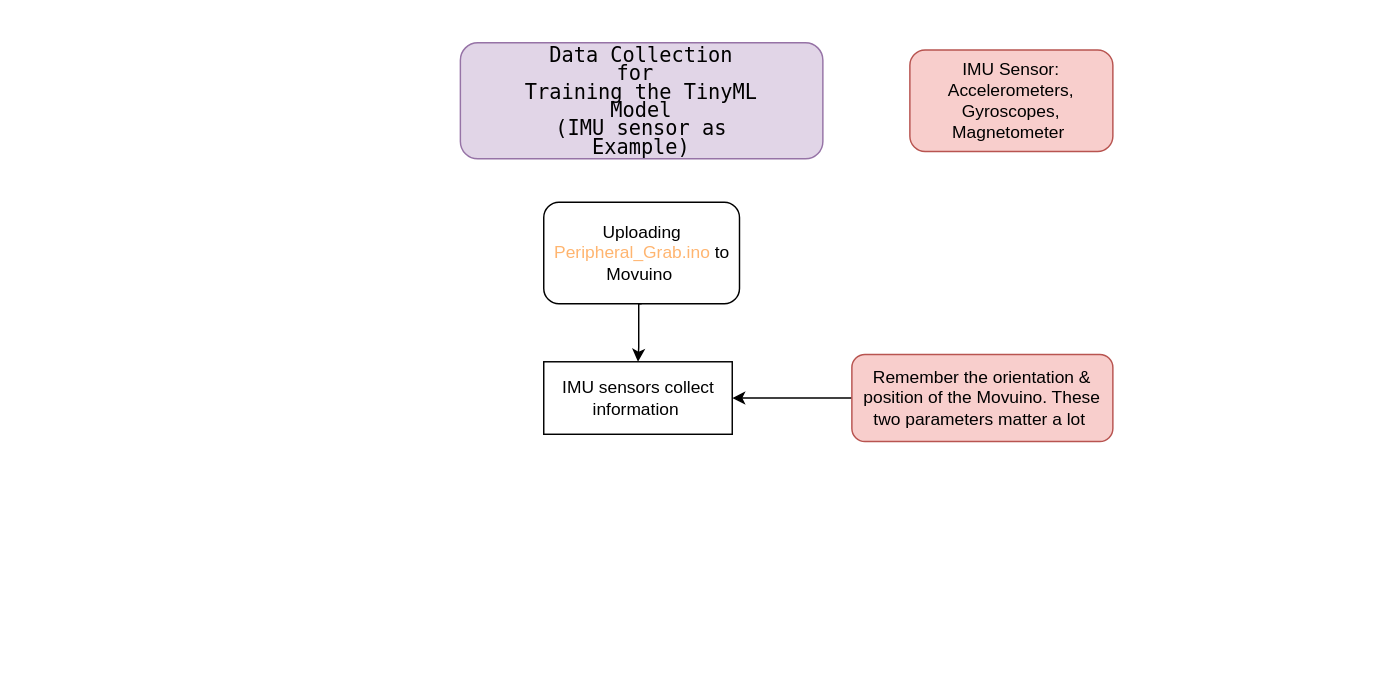
Before: flowcharts_raw/gesture_recognition_movuino.drawio in soledadli/IoT_gesture_recognition, a draw.io diagram. Source tidied: cells renumbered, new cells numbered last; positions are measured from the earlier drawing's top-left corner, leaving out a move shared by most shapes. Both pictures are drawn from the tidied source at 145%, with x=0, y=0 at pixel (460, 42).
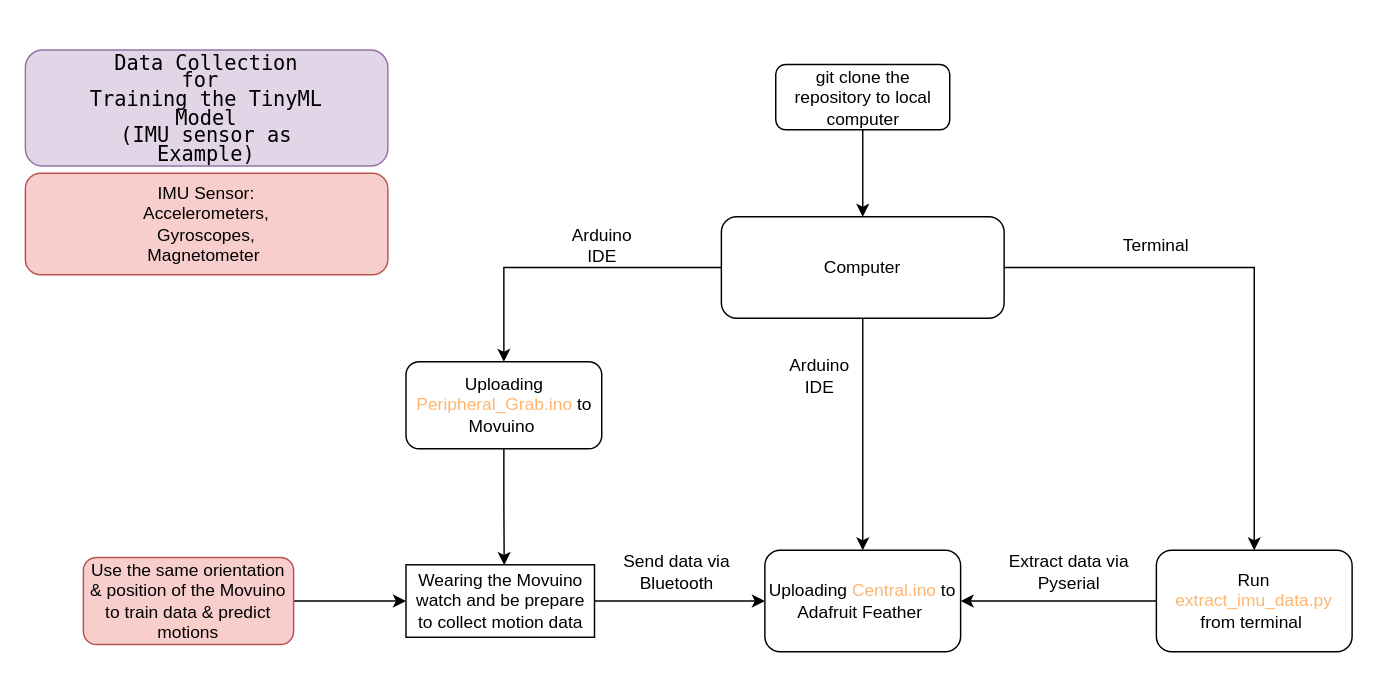
Above is the later version.

The edit, as a diff of the source:
```diff
@@
-    <mxCell id="2" style="edgeStyle=orthogonalEdgeStyle;rounded=0;jettySize=auto;html=1;exitX=0.5;exitY=1;exitDx=0;exitDy=0;entryX=0.5;entryY=0;entryDx=0;entryDy=0;" parent="1" edge="1" source="3" target="5">
-      <mxGeometry relative="1" as="geometry">
-        <Array as="points">
-          <mxPoint x="123" y="180" />
-          <mxPoint x="123" y="210" />
-        </Array>
-      </mxGeometry>
+    <mxCell id="2" style="edgeStyle=orthogonalEdgeStyle;rounded=0;jettySize=auto;html=1;entryX=0.521;entryY=0.005;entryDx=0;entryDy=0;entryPerimeter=0;" parent="1" edge="1" source="3" target="5">
+      <mxGeometry relative="1" as="geometry" />
     </mxCell>
     <mxCell id="3" value="Uploading &lt;font color=&quot;#ffb570&quot;&gt;Peripheral_Grab.ino&lt;/font&gt; to Movuino&amp;nbsp;" style="rounded=1;whiteSpace=wrap;html=1;fontSize=12;glass=0;strokeWidth=1;shadow=0;" parent="1" vertex="1">
-      <mxGeometry x="57.5" y="110" width="135" height="70" as="geometry" />
+      <mxGeometry x="-37.5" y="220" width="135" height="60" as="geometry" />
     </mxCell>
     <mxCell id="4" value="&lt;blockquote style=&quot;line-height: 90% ; font-size: 14px&quot;&gt;&lt;font style=&quot;font-size: 14px&quot;&gt;&lt;font style=&quot;font-size: 14px&quot; face=&quot;Lucida Console&quot;&gt;Data Collection for&amp;nbsp;&lt;br&gt;&lt;/font&gt;&lt;/font&gt;&lt;font style=&quot;font-size: 14px&quot;&gt;&lt;font style=&quot;font-size: 14px&quot; face=&quot;Lucida Console&quot;&gt;Training the TinyML Model&lt;br&gt;&lt;/font&gt;&lt;/font&gt;&lt;font style=&quot;font-size: 14px&quot;&gt;&lt;font style=&quot;font-size: 14px&quot; face=&quot;Lucida Console&quot;&gt;(IMU sensor as Example)&lt;/font&gt;&lt;/font&gt;&lt;/blockquote&gt;" style="rounded=1;whiteSpace=wrap;html=1;fillColor=#e1d5e7;strokeColor=#9673a6;labelPosition=center;verticalLabelPosition=middle;align=center;verticalAlign=middle;spacing=4;spacingTop=0;spacingLeft=0;" parent="1" vertex="1">
-      <mxGeometry width="250" height="80" as="geometry" />
+      <mxGeometry x="-300" y="5" width="250" height="80" as="geometry" />
     </mxCell>
+    <mxCell id="9" style="edgeStyle=orthogonalEdgeStyle;rounded=0;jettySize=auto;html=1;entryX=0;entryY=0.5;entryDx=0;entryDy=0;" parent="1" edge="1" source="5" target="10">
+      <mxGeometry relative="1" as="geometry" />
+    </mxCell>
-    <mxCell id="5" value="IMU sensors collect information&amp;nbsp;" style="rounded=0;whiteSpace=wrap;html=1;" parent="1" vertex="1">
-      <mxGeometry x="57.5" y="220" width="130" height="50" as="geometry" />
+    <mxCell id="5" value="Wearing the Movuino watch and be prepare to collect motion data" style="rounded=0;whiteSpace=wrap;html=1;" parent="1" vertex="1">
+      <mxGeometry x="-37.5" y="360" width="130" height="50" as="geometry" />
     </mxCell>
     <mxCell id="6" value="IMU Sensor:&lt;br&gt;Accelerometers,&lt;br&gt;Gyroscopes,&lt;br&gt;Magnetometer&amp;nbsp;" style="rounded=1;whiteSpace=wrap;html=1;fillColor=#f8cecc;strokeColor=#b85450;" parent="1" vertex="1">
-      <mxGeometry x="310" y="5" width="140" height="70" as="geometry" />
+      <mxGeometry x="-300" y="90" width="250" height="70" as="geometry" />
     </mxCell>
-    <mxCell id="7" style="edgeStyle=orthogonalEdgeStyle;rounded=0;jettySize=auto;html=1;entryX=1;entryY=0.5;entryDx=0;entryDy=0;" parent="1" edge="1" source="8" target="5">
+    <mxCell id="7" style="edgeStyle=orthogonalEdgeStyle;rounded=0;jettySize=auto;html=1;entryX=0;entryY=0.5;entryDx=0;entryDy=0;" parent="1" edge="1" source="8" target="5">
       <mxGeometry relative="1" as="geometry" />
     </mxCell>
-    <mxCell id="8" value="Remember the orientation &amp;amp; position of the Movuino. These two parameters matter a lot&amp;nbsp;" style="rounded=1;whiteSpace=wrap;html=1;fillColor=#f8cecc;strokeColor=#b85450;" parent="1" vertex="1">
-      <mxGeometry x="270" y="215" width="180" height="60" as="geometry" />
+    <mxCell id="8" value="Use the same orientation &amp;amp; position of the Movuino to train data &amp;amp; predict motions" style="rounded=1;whiteSpace=wrap;html=1;fillColor=#f8cecc;strokeColor=#b85450;" parent="1" vertex="1">
+      <mxGeometry x="-260" y="355" width="145" height="60" as="geometry" />
     </mxCell>
+    <mxCell id="10" value="Uploading &lt;font color=&quot;#ffb570&quot;&gt;Central.ino&lt;/font&gt; to Adafruit Feather&amp;nbsp;" style="rounded=1;whiteSpace=wrap;html=1;fontSize=12;glass=0;strokeWidth=1;shadow=0;" parent="1" vertex="1">
+      <mxGeometry x="210" y="350" width="135" height="70" as="geometry" />
+    </mxCell>
+    <mxCell id="11" style="edgeStyle=orthogonalEdgeStyle;rounded=0;jettySize=auto;html=1;" parent="1" edge="1" source="12" target="10">
+      <mxGeometry relative="1" as="geometry" />
+    </mxCell>
+    <mxCell id="12" value="Run &lt;font color=&quot;#ffb570&quot;&gt;extract_imu_data.py&lt;/font&gt;&lt;br&gt;from terminal&amp;nbsp;" style="rounded=1;whiteSpace=wrap;html=1;fontSize=12;glass=0;strokeWidth=1;shadow=0;" parent="1" vertex="1">
+      <mxGeometry x="480" y="350" width="135" height="70" as="geometry" />
+    </mxCell>
+    <mxCell id="13" value="Send data via&lt;br&gt;Bluetooth" style="text;html=1;align=center;verticalAlign=middle;strokeColor=none;" parent="1" vertex="1">
+      <mxGeometry x="104" y="350" width="90" height="30" as="geometry" />
+    </mxCell>
+    <mxCell id="14" value="Extract data via Pyserial" style="text;html=1;strokeColor=none;fillColor=none;align=center;verticalAlign=middle;whiteSpace=wrap;rounded=0;" parent="1" vertex="1">
+      <mxGeometry x="360" y="355" width="120" height="20" as="geometry" />
+    </mxCell>
+    <mxCell id="15" style="edgeStyle=orthogonalEdgeStyle;rounded=0;jettySize=auto;html=1;entryX=0.5;entryY=0;entryDx=0;entryDy=0;" parent="1" edge="1" source="18" target="12">
+      <mxGeometry relative="1" as="geometry" />
+    </mxCell>
+    <mxCell id="16" style="edgeStyle=orthogonalEdgeStyle;rounded=0;jettySize=auto;html=1;" parent="1" edge="1" source="18" target="3">
+      <mxGeometry relative="1" as="geometry" />
+    </mxCell>
+    <mxCell id="17" style="edgeStyle=orthogonalEdgeStyle;rounded=0;jettySize=auto;html=1;exitX=0.5;exitY=1;exitDx=0;exitDy=0;entryX=0.5;entryY=0;entryDx=0;entryDy=0;" parent="1" edge="1" source="18" target="10">
+      <mxGeometry relative="1" as="geometry" />
+    </mxCell>
+    <mxCell id="18" value="Computer" style="rounded=1;whiteSpace=wrap;html=1;fontSize=12;glass=0;strokeWidth=1;shadow=0;" parent="1" vertex="1">
+      <mxGeometry x="180" y="120" width="195" height="70" as="geometry" />
+    </mxCell>
+    <mxCell id="19" value="Terminal" style="text;html=1;strokeColor=none;fillColor=none;align=center;verticalAlign=middle;whiteSpace=wrap;rounded=0;" parent="1" vertex="1">
+      <mxGeometry x="450" y="130" width="60" height="20" as="geometry" />
+    </mxCell>
+    <mxCell id="20" value="Arduino IDE" style="text;html=1;strokeColor=none;fillColor=none;align=center;verticalAlign=middle;whiteSpace=wrap;rounded=0;" parent="1" vertex="1">
+      <mxGeometry x="67.5" y="130" width="60" height="20" as="geometry" />
+    </mxCell>
+    <mxCell id="21" value="Arduino IDE" style="text;html=1;strokeColor=none;fillColor=none;align=center;verticalAlign=middle;whiteSpace=wrap;rounded=0;" parent="1" vertex="1">
+      <mxGeometry x="217.5" y="220" width="60" height="20" as="geometry" />
+    </mxCell>
+    <mxCell id="22" style="edgeStyle=orthogonalEdgeStyle;rounded=0;jettySize=auto;html=1;entryX=0.5;entryY=0;entryDx=0;entryDy=0;" parent="1" edge="1" source="23" target="18">
+      <mxGeometry relative="1" as="geometry" />
+    </mxCell>
+    <mxCell id="23" value="git clone the repository to local computer" style="rounded=1;whiteSpace=wrap;html=1;" parent="1" vertex="1">
+      <mxGeometry x="217.5" y="15" width="120" height="45" as="geometry" />
+    </mxCell>
```
